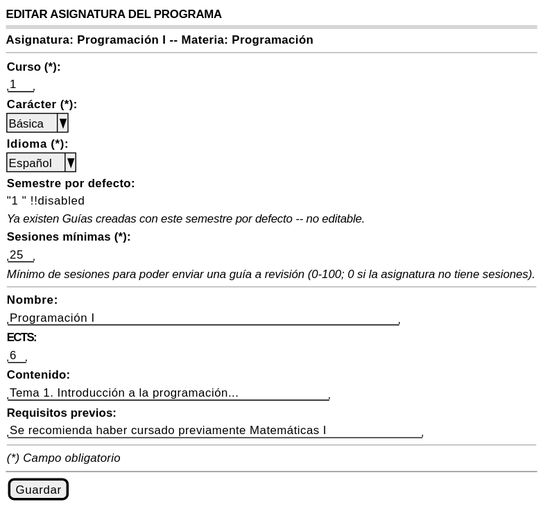
Before: images/RUP/01-requisitos/03-detalle-casos-uso/editarAsignaturaPrograma/wireframe-semestre-bloqueado.svg, a diagram exported from PlantUML (mmasias/pyCeldaPublico). Source of this version:
```plantuml
@startsalt editarAsignaturaPrograma-wireframe-semestre-bloqueado
{
    <b>EDITAR ASIGNATURA DEL PROGRAMA</b>
    ====
    <b>Asignatura: Programación I -- Materia: Programación</b>
    --
    {
        <b>Curso (*):</b>
        "1  "
        <b>Carácter (*):</b>
        ^Básica^
        <b>Idioma (*):</b>
        ^Español^
        <b>Semestre por defecto:</b>
        "1  " !!disabled
        <i>Ya existen Guías creadas con este semestre por defecto -- no editable.</i>
        <b>Sesiones mínimas (*):</b>
        "25 "
        <i>Mínimo de sesiones para poder enviar una guía a revisión (0-100; 0 si la asignatura no tiene sesiones).</i>
        --
        <b>Nombre:</b>
        "Programación I                                    "
        <b>ECTS:</b>
        "6 "
        <b>Contenido:</b>
        "Tema 1. Introducción a la programación..."
        <b>Requisitos previos:</b>
        "Se recomienda haber cursado previamente Matemáticas I"
        --
        <i>(*) Campo obligatorio</i>
    }
    ~~
    {[Guardar]}
}
@endsalt
```
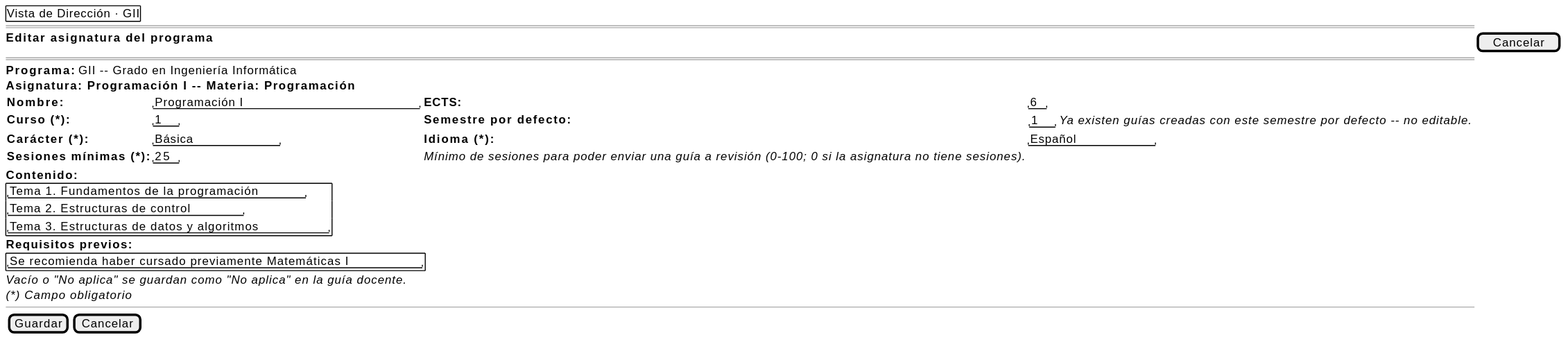
The same file after the commit.

Change to the diagram source:
```diff
@@ -1,35 +1,30 @@
 @startsalt editarAsignaturaPrograma-wireframe-semestre-bloqueado
 {
-    <b>EDITAR ASIGNATURA DEL PROGRAMA</b>
+    {+ Vista de Dirección · GII }
     ====
+    <b>Editar asignatura del programa</b> | [ Cancelar ]
+    ====
+    <b>Programa:</b> GII -- Grado en Ingeniería Informática
     <b>Asignatura: Programación I -- Materia: Programación</b>
+    {
+        <b>Nombre:</b> | "Programación I                    " | <b>ECTS:</b> | "6 "
+        <b>Curso (*):</b> | "1  " | <b>Semestre por defecto:</b> | {"1  " | <i>Ya existen guías creadas con este semestre por defecto -- no editable.</i>}
+        <b>Carácter (*):</b> | "Básica          " | <b>Idioma (*):</b> | "Español         "
+        <b>Sesiones mínimas (*):</b> | "25 " | <i>Mínimo de sesiones para poder enviar una guía a revisión (0-100; 0 si la asignatura no tiene sesiones).</i> | .
+    }
+    <b>Contenido:</b>
+    {+
+        "Tema 1. Fundamentos de la programación"
+        "Tema 2. Estructuras de control"
+        "Tema 3. Estructuras de datos y algoritmos"
+    }
+    <b>Requisitos previos:</b>
+    {+
+        "Se recomienda haber cursado previamente Matemáticas I"
+    }
+    <i>Vacío o "No aplica" se guardan como "No aplica" en la guía docente.</i>
+    <i>(*) Campo obligatorio</i>
     --
-    {
-        <b>Curso (*):</b>
-        "1  "
-        <b>Carácter (*):</b>
-        ^Básica^
-        <b>Idioma (*):</b>
-        ^Español^
-        <b>Semestre por defecto:</b>
-        "1  " !!disabled
-        <i>Ya existen Guías creadas con este semestre por defecto -- no editable.</i>
-        <b>Sesiones mínimas (*):</b>
-        "25 "
-        <i>Mínimo de sesiones para poder enviar una guía a revisión (0-100; 0 si la asignatura no tiene sesiones).</i>
-        --
-        <b>Nombre:</b>
-        "Programación I                                    "
-        <b>ECTS:</b>
-        "6 "
-        <b>Contenido:</b>
-        "Tema 1. Introducción a la programación..."
-        <b>Requisitos previos:</b>
-        "Se recomienda haber cursado previamente Matemáticas I"
-        --
-        <i>(*) Campo obligatorio</i>
-    }
-    ~~
-    {[Guardar]}
+    {[Guardar] | [Cancelar]}
 }
 @endsalt
```
